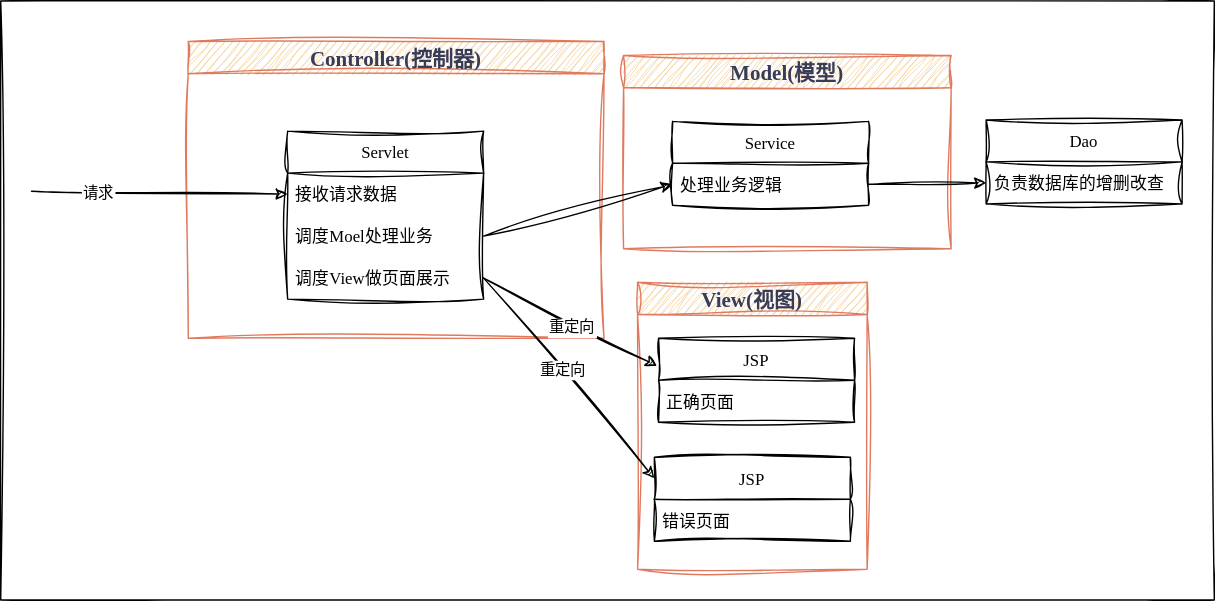
Before: diagrams/java_serve/web_application/mvc/MVC架构模式.svg, a diagram exported from draw.io (luguosong/images). Source tidied: cells renumbered, new cells last; positions are measured from the earlier drawing's top-left corner, leaving out a move shared by most shapes.
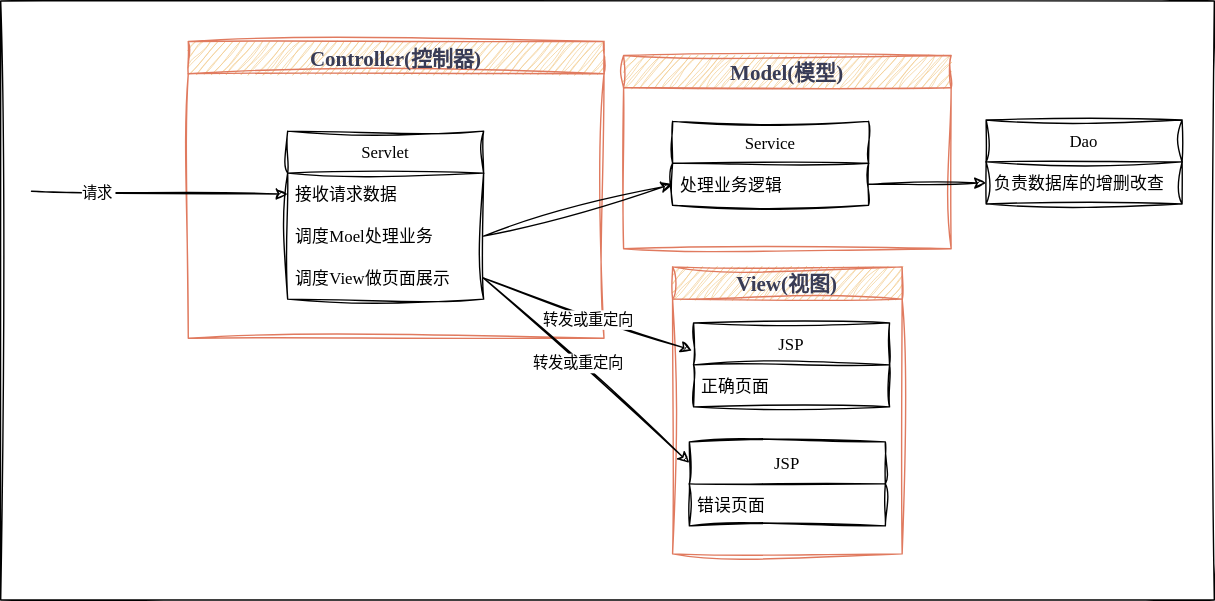
The same diagram one commit later.

Commit message:
更新MVC架构模式.svg

What changed in the source:
```diff
@@ -21,7 +21,7 @@
       <mxGeometry y="90" width="140" height="30" as="geometry" />
     </mxCell>
     <mxCell id="8" value="View(视图)" style="swimlane;sketch=1;hachureGap=4;jiggle=2;curveFitting=1;fontFamily=LXGW WenKai;fontSize=15;strokeColor=#E07A5F;align=center;verticalAlign=middle;fontColor=#393C56;fontStyle=1;fillColor=#F2CC8F;labelBackgroundColor=none;" parent="1" vertex="1">
-      <mxGeometry x="455" y="201" width="164" height="205" as="geometry" />
+      <mxGeometry x="480" y="190" width="164" height="205" as="geometry" />
     </mxCell>
     <mxCell id="9" value="JSP" style="swimlane;fontStyle=0;horizontal=1;startSize=30;sketch=1;hachureGap=4;jiggle=2;curveFitting=1;fontFamily=LXGW WenKai;" parent="8" vertex="1">
       <mxGeometry x="15" y="40" width="140" height="60" as="geometry" />
@@ -38,7 +38,7 @@
     <mxCell id="13" style="edgeStyle=none;rounded=0;sketch=1;hachureGap=4;jiggle=2;curveFitting=1;jettySize=auto;exitX=1;exitY=0.5;exitDx=0;exitDy=0;entryX=-0.008;entryY=0.33;entryDx=0;entryDy=0;fontFamily=LXGW WenKai;entryPerimeter=0;" parent="1" edge="1" source="7" target="9">
       <mxGeometry relative="1" as="geometry" />
     </mxCell>
-    <mxCell id="14" value="重定向" style="edgeLabel;align=center;verticalAlign=middle;sketch=1;hachureGap=4;jiggle=2;curveFitting=1;fontFamily=LXGW WenKai;" parent="13" vertex="1">
+    <mxCell id="14" value="转发或重定向" style="edgeLabel;align=center;verticalAlign=middle;sketch=1;hachureGap=4;jiggle=2;curveFitting=1;fontFamily=LXGW WenKai;" parent="13" vertex="1">
       <mxGeometry x="-0.03" relative="1" as="geometry">
         <mxPoint x="3" y="4" as="offset" />
       </mxGeometry>
@@ -46,7 +46,7 @@
     <mxCell id="15" style="edgeStyle=none;rounded=0;sketch=1;hachureGap=4;jiggle=2;curveFitting=1;jettySize=auto;exitX=1;exitY=0.5;exitDx=0;exitDy=0;fontFamily=LXGW WenKai;entryX=0;entryY=0.25;entryDx=0;entryDy=0;" parent="1" edge="1" source="7" target="11">
       <mxGeometry relative="1" as="geometry" />
     </mxCell>
-    <mxCell id="16" value="重定向" style="edgeLabel;align=center;verticalAlign=middle;sketch=1;hachureGap=4;jiggle=2;curveFitting=1;fontFamily=LXGW WenKai;" parent="15" vertex="1">
+    <mxCell id="16" value="转发或重定向" style="edgeLabel;align=center;verticalAlign=middle;sketch=1;hachureGap=4;jiggle=2;curveFitting=1;fontFamily=LXGW WenKai;" parent="15" vertex="1">
       <mxGeometry x="-0.09" y="1" relative="1" as="geometry" />
     </mxCell>
     <mxCell id="17" value="Model(模型)" style="swimlane;sketch=1;hachureGap=4;jiggle=2;curveFitting=1;fontFamily=LXGW WenKai;fontSize=15;strokeColor=#E07A5F;align=center;verticalAlign=middle;fontColor=#393C56;fontStyle=1;fillColor=#F2CC8F;labelBackgroundColor=none;" parent="1" vertex="1">
```
